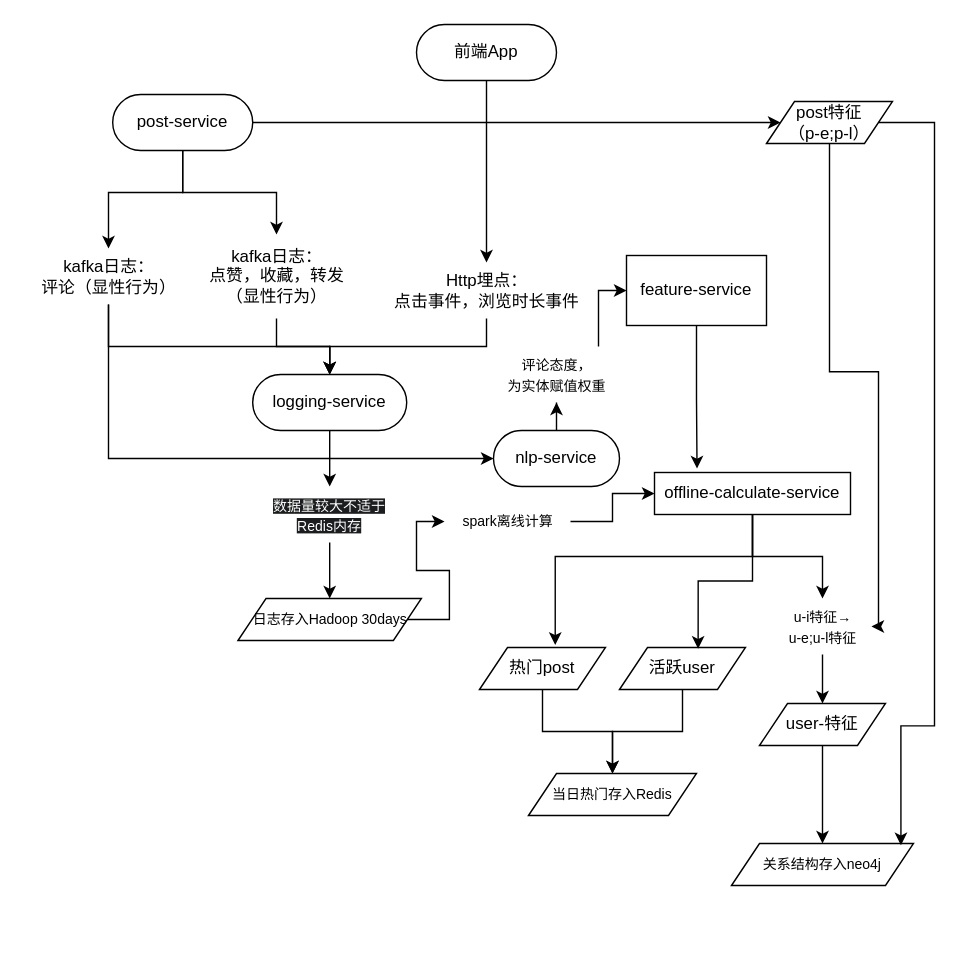
Earlier version of the draw.io diagram spring-server/business/feature-service/docs/feature-service.drawio (nangong918/SmartMedicine-App). Source tidied: cells renumbered, new cells numbered last; positions are measured from the earlier drawing's top-left corner, leaving out a move shared by most shapes. Both pictures are drawn from the tidied source at 140%, with x=0, y=0 at pixel (24, 24).
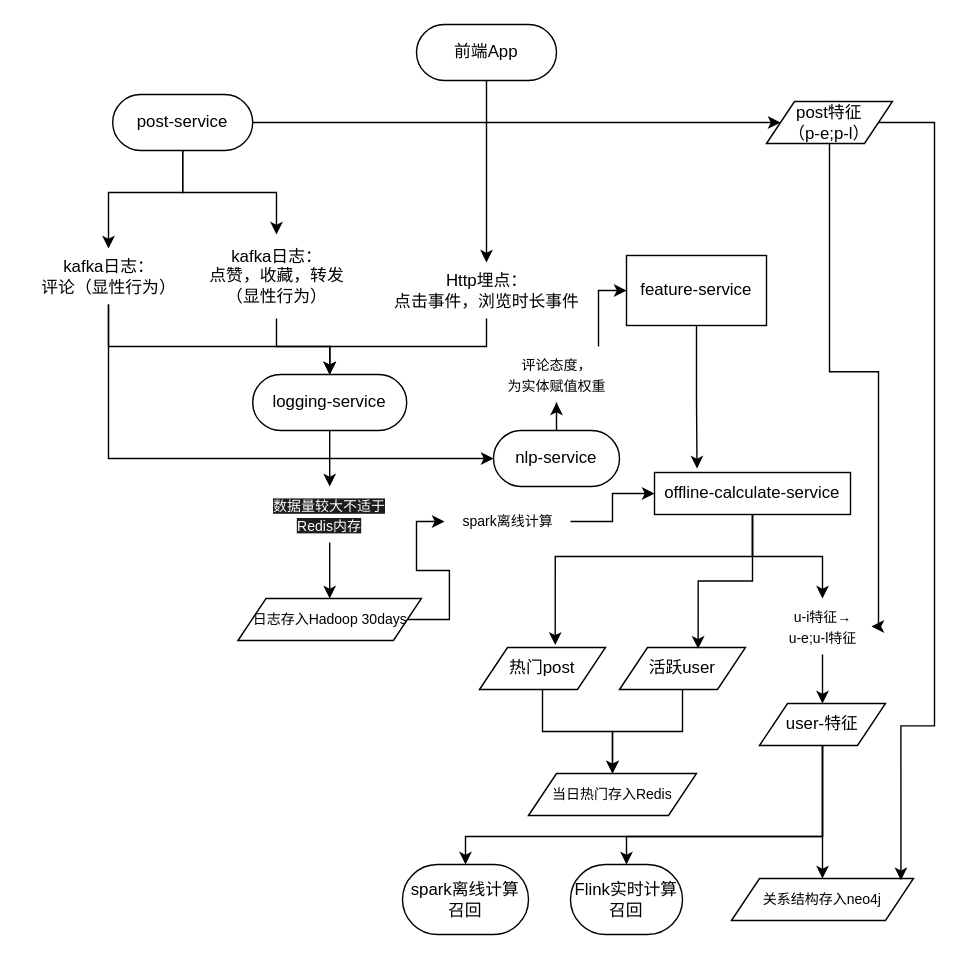
The same diagram, later.

Commit message:
feat(feature-service): 更新特征服务架构图

- 添加 spark 离线计算召回和 Flink 实时计算召回节点
- 调整 user-特征和关系结构存入 neo4j 节点的位置
- 优化 diagram 的部分布局和样式

Unchanged cells that the change refers to:
```xml
<mxCell id="29" value="user-特征" style="shape=parallelogram;perimeter=parallelogramPerimeter;whiteSpace=wrap;html=1;fixedSize=1;" parent="1" vertex="1">
  <mxGeometry x="525" y="485" width="90" height="30" as="geometry" />
</mxCell>
```

Diff of the diagram source:
```diff
@@
+    <mxCell id="46" style="edgeStyle=orthogonalEdgeStyle;rounded=0;jettySize=auto;html=1;entryX=0.5;entryY=0;entryDx=0;entryDy=0;" parent="1" edge="1" source="29" target="49">
+      <mxGeometry relative="1" as="geometry">
+        <Array as="points">
+          <mxPoint x="570" y="580" />
+          <mxPoint x="430" y="580" />
+        </Array>
+      </mxGeometry>
+    </mxCell>
+    <mxCell id="47" style="edgeStyle=orthogonalEdgeStyle;rounded=0;jettySize=auto;html=1;entryX=0.5;entryY=0;entryDx=0;entryDy=0;" parent="1" edge="1" source="29" target="48">
+      <mxGeometry relative="1" as="geometry">
+        <Array as="points">
+          <mxPoint x="570" y="580" />
+          <mxPoint x="315" y="580" />
+        </Array>
+      </mxGeometry>
+    </mxCell>
@@
     <mxCell id="30" value="&lt;font style=&quot;font-size: 10px;&quot;&gt;关系结构存入neo4j&lt;/font&gt;" style="shape=parallelogram;perimeter=parallelogramPerimeter;whiteSpace=wrap;html=1;fixedSize=1;" parent="1" vertex="1">
-      <mxGeometry x="505" y="585" width="130" height="30" as="geometry" />
+      <mxGeometry x="505" y="610" width="130" height="30" as="geometry" />
     </mxCell>
@@
+    <mxCell id="48" value="spark离线计算召回" style="rounded=1;whiteSpace=wrap;html=1;arcSize=50;" parent="1" vertex="1">
+      <mxGeometry x="270" y="600" width="90" height="50" as="geometry" />
+    </mxCell>
+    <mxCell id="49" value="Flink实时计算召回" style="rounded=1;whiteSpace=wrap;html=1;arcSize=50;" parent="1" vertex="1">
+      <mxGeometry x="390" y="600" width="80" height="50" as="geometry" />
+    </mxCell>
```
